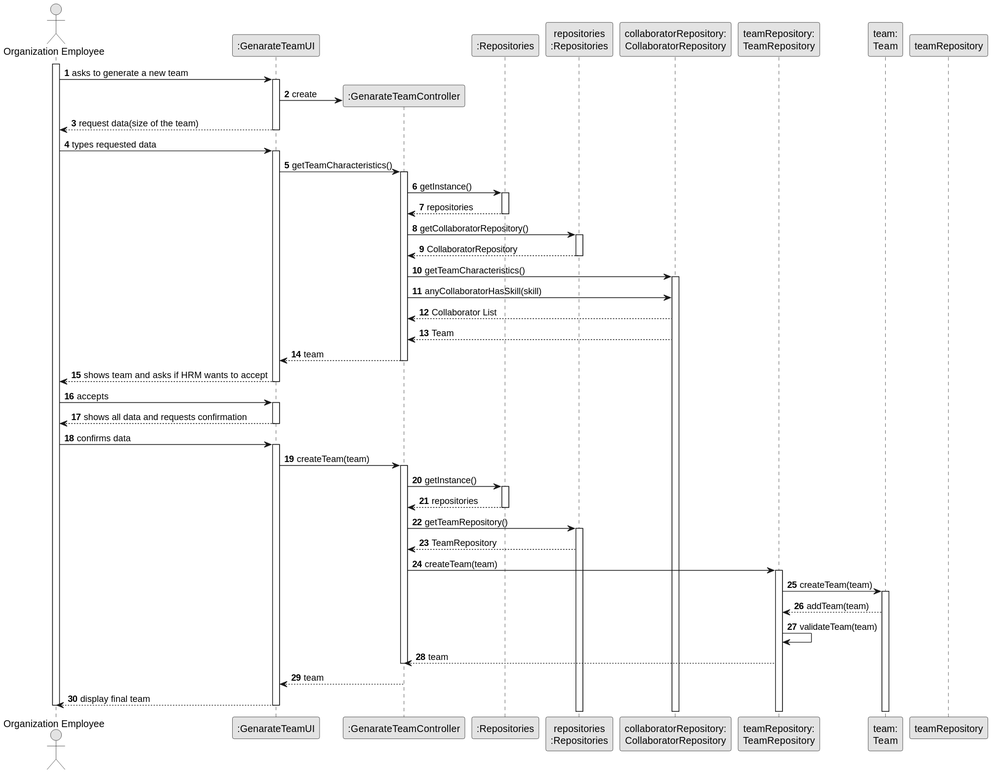
Before: docs/sprintB/us005/03.design/svg/us005-sequence-diagram-full.svg, a diagram exported from PlantUML (Departamento-de-Engenharia-Informatica/lei-24-s2-1dkl-g134).
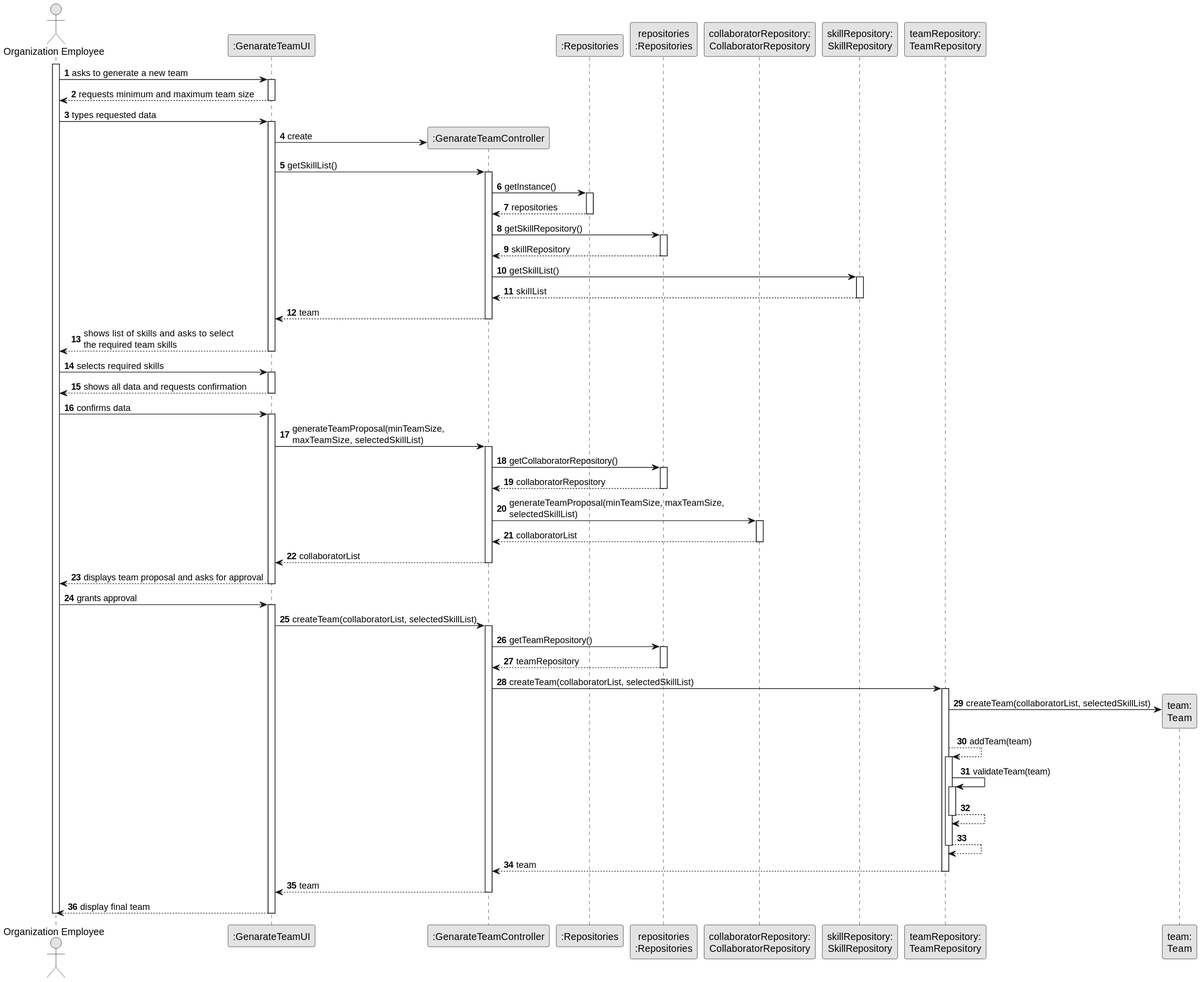
The same file after the commit.

Diff of the diagram source:
```diff
@@ -11,6 +11,7 @@
 participant ":Repositories" as RepositorySingleton
 participant "repositories\n:Repositories" as PLAT
 participant "collaboratorRepository:\nCollaboratorRepository" as CollaboratorRepository
+participant "skillRepository:\nSkillRepository" as SkillRepository
 participant "teamRepository:\nTeamRepository" as TeamRepository
 participant "team:\nTeam" as Team
 activate ADM
@@ -19,88 +20,105 @@
 
         activate UI
 
-            UI -> CTRL** : create
-
-            UI --> ADM : request data(size of the team)
+            UI --> ADM : requests minimum and maximum team size
             deactivate UI
 
             ADM -> UI : types requested data
             activate UI
 
+            UI -> CTRL** : create
 
-            UI -> CTRL: getTeamCharacteristics()
+            UI -> CTRL: getSkillList()
             activate CTRL
-
-
-
-
-
                 CTRL -> RepositorySingleton : getInstance()
                 activate RepositorySingleton
 
                     RepositorySingleton --> CTRL: repositories
                 deactivate RepositorySingleton
 
-                CTRL -> PLAT : getCollaboratorRepository()
+                CTRL -> PLAT : getSkillRepository()
                 activate PLAT
 
-                    PLAT --> CTRL: CollaboratorRepository
+                    PLAT --> CTRL: skillRepository
                 deactivate PLAT
 
-                CTRL -> CollaboratorRepository : getTeamCharacteristics()
-                activate CollaboratorRepository
+                CTRL -> SkillRepository : getSkillList()
+                activate SkillRepository
 
-                    CTRL -> CollaboratorRepository : anyCollaboratorHasSkill(skill)
-
-                    CollaboratorRepository --> CTRL: Collaborator List
-
-                    CollaboratorRepository --> CTRL: Team
-
+                SkillRepository --> CTRL: skillList
+                deactivate SkillRepository
 
                 CTRL --> UI : team
             deactivate CTRL
 
-            UI --> ADM : shows team and asks if HRM wants to accept
-        deactivate UI
+    UI --> ADM : shows list of skills and asks to select\nthe required team skills
+    deactivate UI
 
-    ADM -> UI : accepts
+    ADM -> UI : selects required skills
     activate UI
 
-        UI --> ADM : shows all data and requests confirmation
+    UI --> ADM : shows all data and requests confirmation
     deactivate UI
 
     ADM -> UI : confirms data
     activate UI
 
-    UI -> CTRL: createTeam(team)
+    UI -> CTRL: generateTeamProposal(minTeamSize,\nmaxTeamSize, selectedSkillList)
     activate CTRL
 
-    CTRL -> RepositorySingleton : getInstance()
-    activate RepositorySingleton
+        CTRL -> PLAT: getCollaboratorRepository()
+        activate PLAT
 
-    RepositorySingleton -->  CTRL : repositories
-    deactivate RepositorySingleton
+        PLAT --> CTRL: collaboratorRepository
+        deactivate PLAT
+
+        CTRL -> CollaboratorRepository: generateTeamProposal(minTeamSize, maxTeamSize,\nselectedSkillList)
+        activate CollaboratorRepository
+
+        CollaboratorRepository --> CTRL: collaboratorList
+        deactivate CollaboratorRepository
+
+
+    CTRL --> UI: collaboratorList
+    deactivate CTRL
+
+    UI --> ADM : displays team proposal and asks for approval
+    deactivate UI
+
+    ADM -> UI : grants approval
+    activate UI
+
+    UI -> CTRL: createTeam(collaboratorList, selectedSkillList)
+    activate CTRL
 
     CTRL -> PLAT: getTeamRepository()
     activate PLAT
 
-    PLAT --> CTRL: TeamRepository
+    PLAT --> CTRL: teamRepository
+    deactivate PLAT
 
-    CTRL -> TeamRepository : createTeam(team)
+    CTRL -> TeamRepository : createTeam(collaboratorList, selectedSkillList)
     activate TeamRepository
 
-    TeamRepository -> Team: createTeam(team)
-    activate Team
+    TeamRepository -> Team**: createTeam(collaboratorList, selectedSkillList)
 
-    Team --> TeamRepository: addTeam(team)
-    deactivate teamRepository
+    TeamRepository --> TeamRepository: addTeam(team)
+    activate TeamRepository
 
     TeamRepository -> TeamRepository: validateTeam(team)
+    activate TeamRepository
+
+    TeamRepository --> TeamRepository
+    deactivate TeamRepository
+
+    TeamRepository --> TeamRepository
+    deactivate TeamRepository
 
     TeamRepository --> CTRL: team
-    deactivate CTRL
+    deactivate TeamRepository
 
     CTRL --> UI: team
+    deactivate CTRL
 
     UI --> ADM: display final team
 
```
